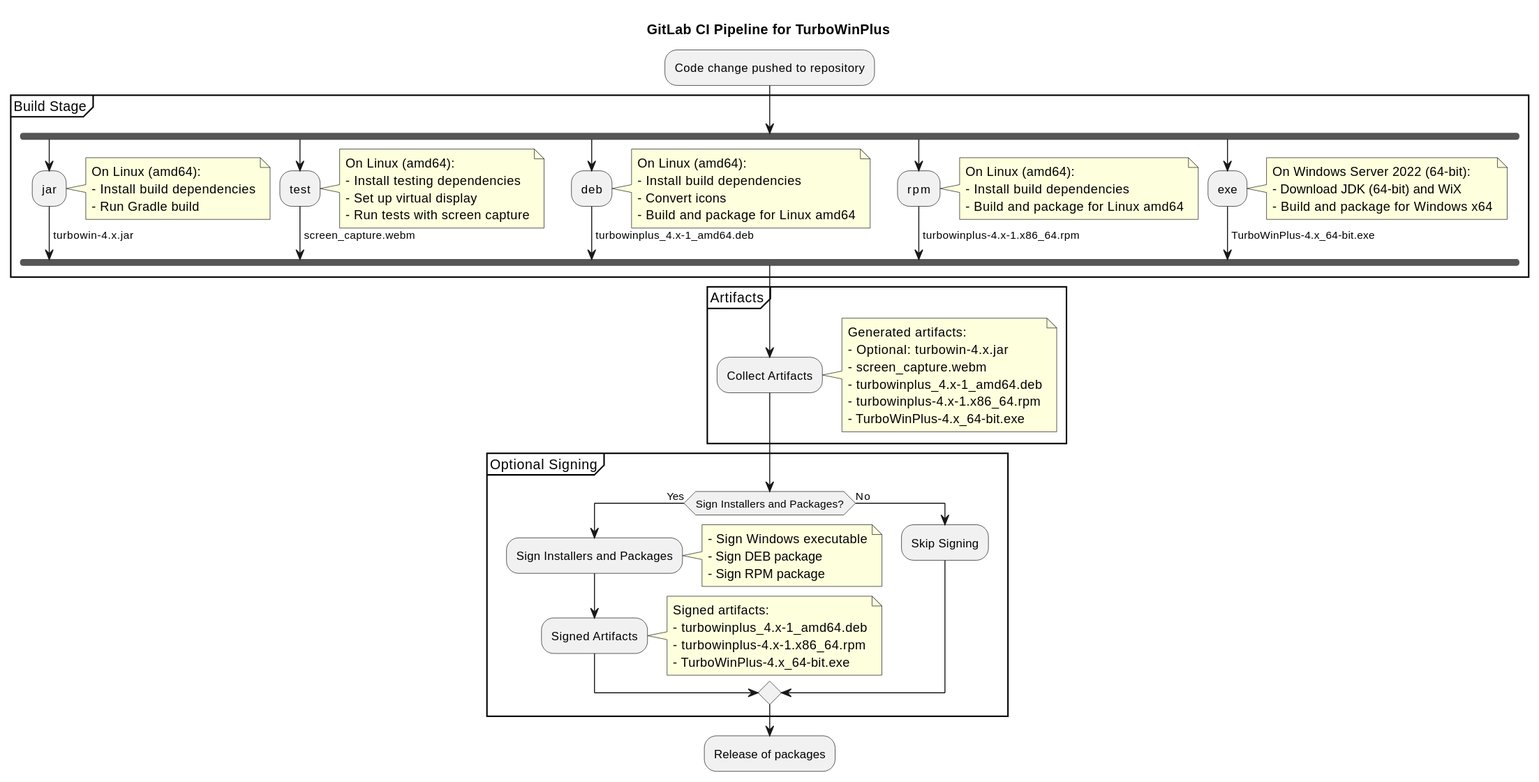
DeutscherWetterdienst/turbowin keeps this PlantUML diagram as documentation/images/07_turbowinplus_pipeline.svg. Above is the earlier version.
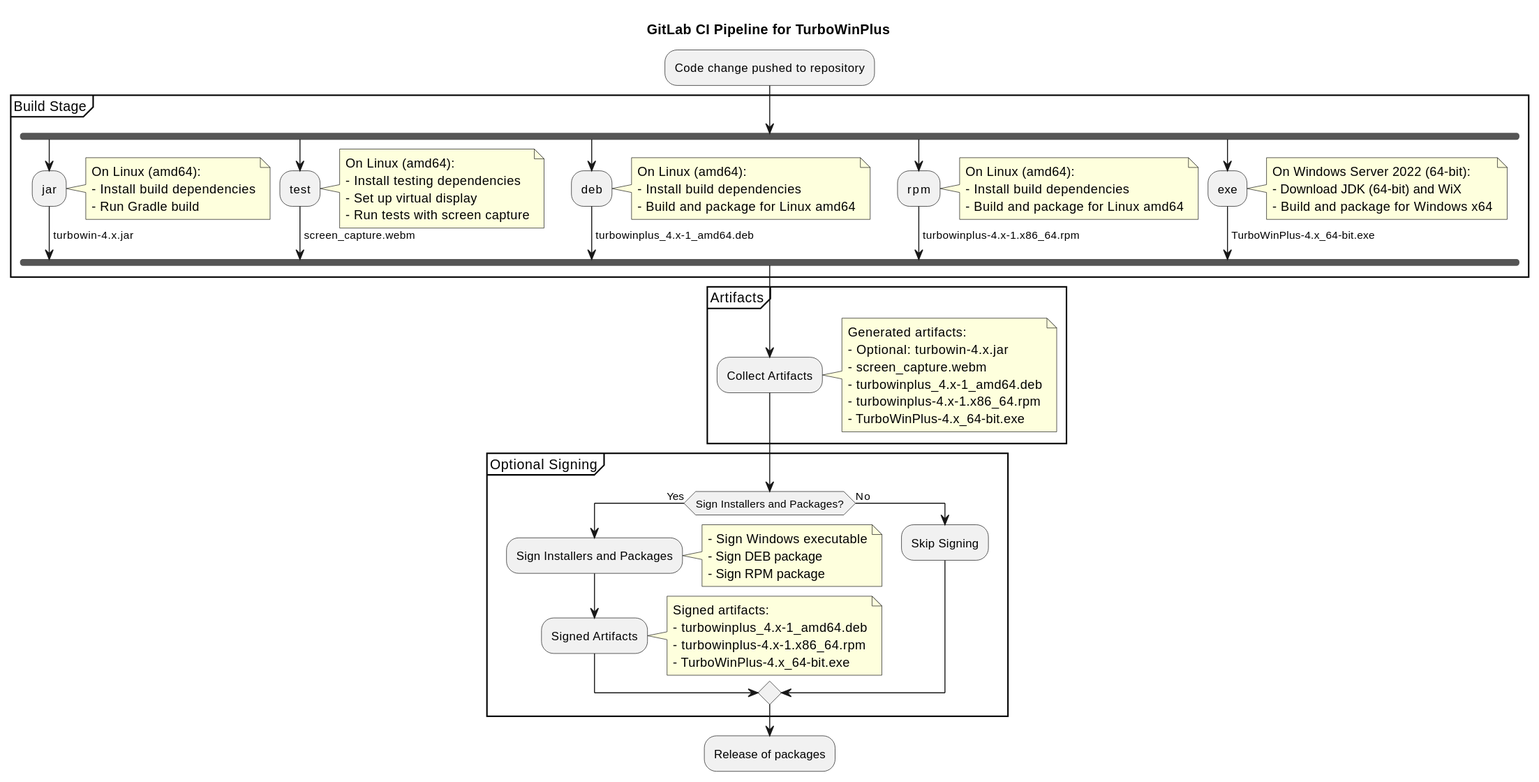
The same diagram one commit later.

What changed in the source:
```diff
@@ -32,7 +32,6 @@
         note right
             On Linux (amd64):
             - Install build dependencies
-            - Convert icons
             - Build and package for Linux amd64
         end note
         -> turbowinplus_4.x-1_amd64.deb;
```
